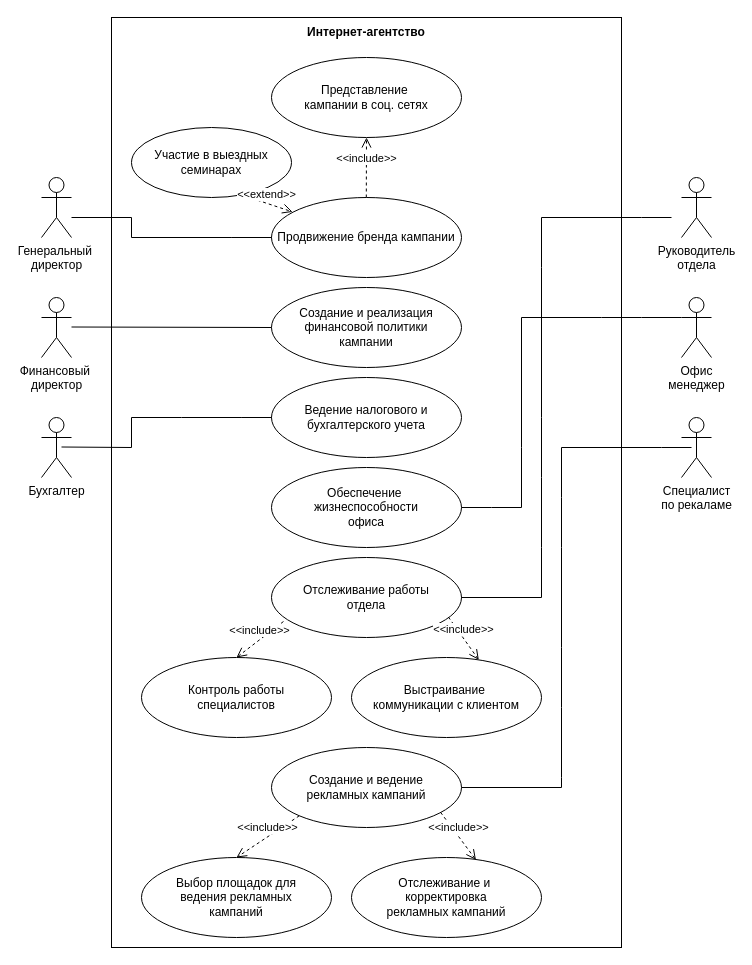
Before: Диаграмма без названия2.drawio in dubnart/netology, a draw.io diagram. Source tidied: cells renumbered, new cells numbered last; positions are measured from the earlier drawing's top-left corner, leaving out a move shared by most shapes. Both pictures are drawn from the tidied source at 100%, with x=0, y=0 at pixel (41, 17).
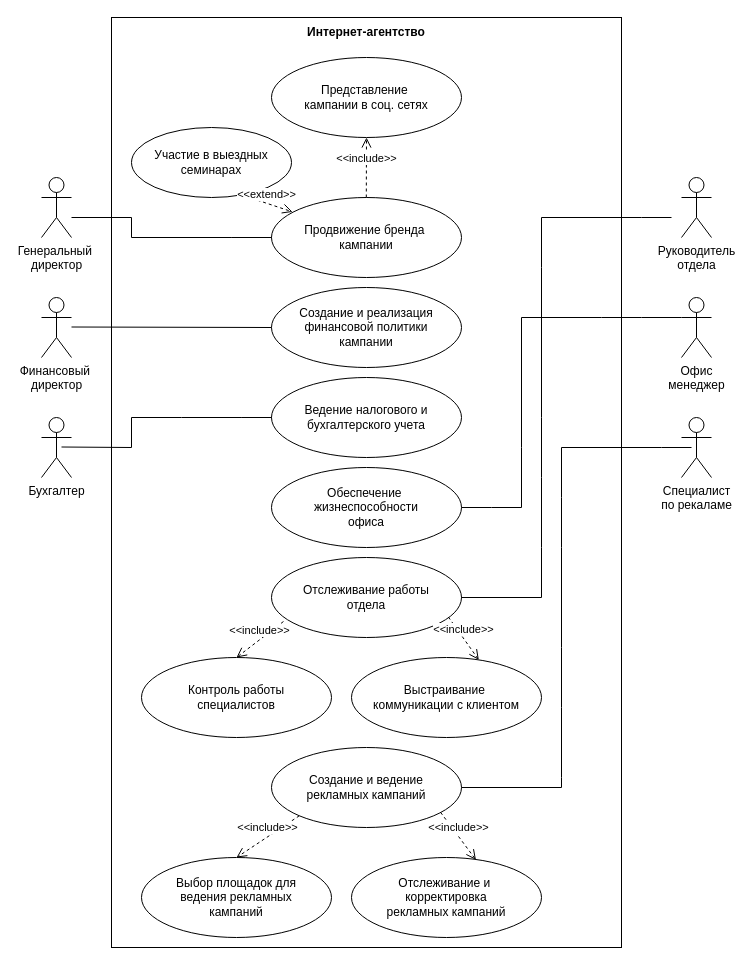
After the change.

The edit, as a diff of the source:
```diff
@@
-    <mxCell id="9" value="Продвижение бренда кампании" style="ellipse;whiteSpace=wrap;html=1;" parent="1" vertex="1">
+    <mxCell id="9" value="Продвижение бренда&amp;nbsp;&lt;div&gt;кампании&lt;/div&gt;" style="ellipse;whiteSpace=wrap;html=1;" parent="1" vertex="1">
       <mxGeometry x="230" y="180" width="190" height="80" as="geometry" />
     </mxCell>
```
